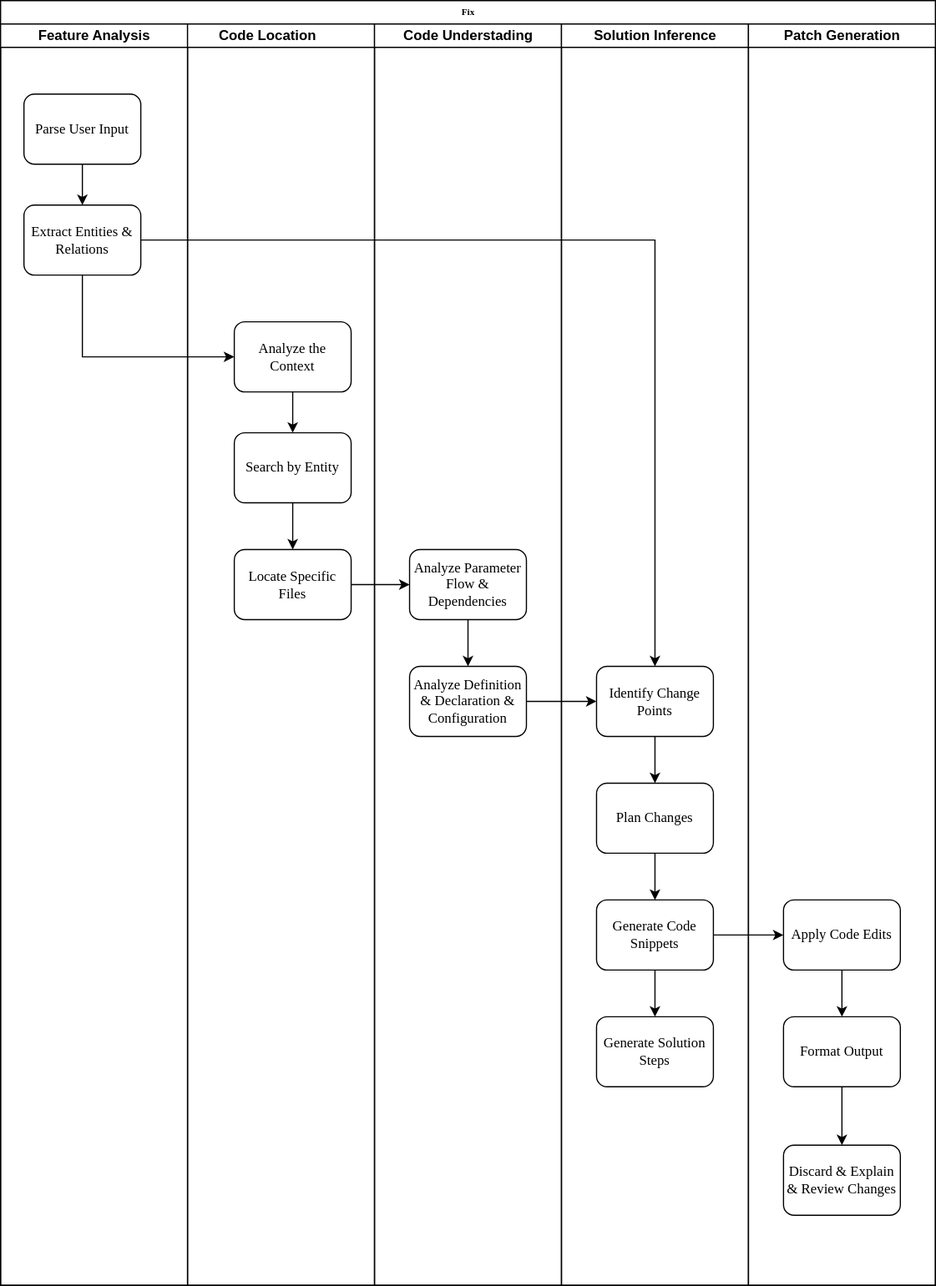
This is fix.svg from BullFrogDianDian/SoftEngineer, a draw.io export, as it was before one commit. Source tidied: cells renumbered, new cells last; positions are measured from the earlier drawing's top-left corner, leaving out a move shared by most shapes.
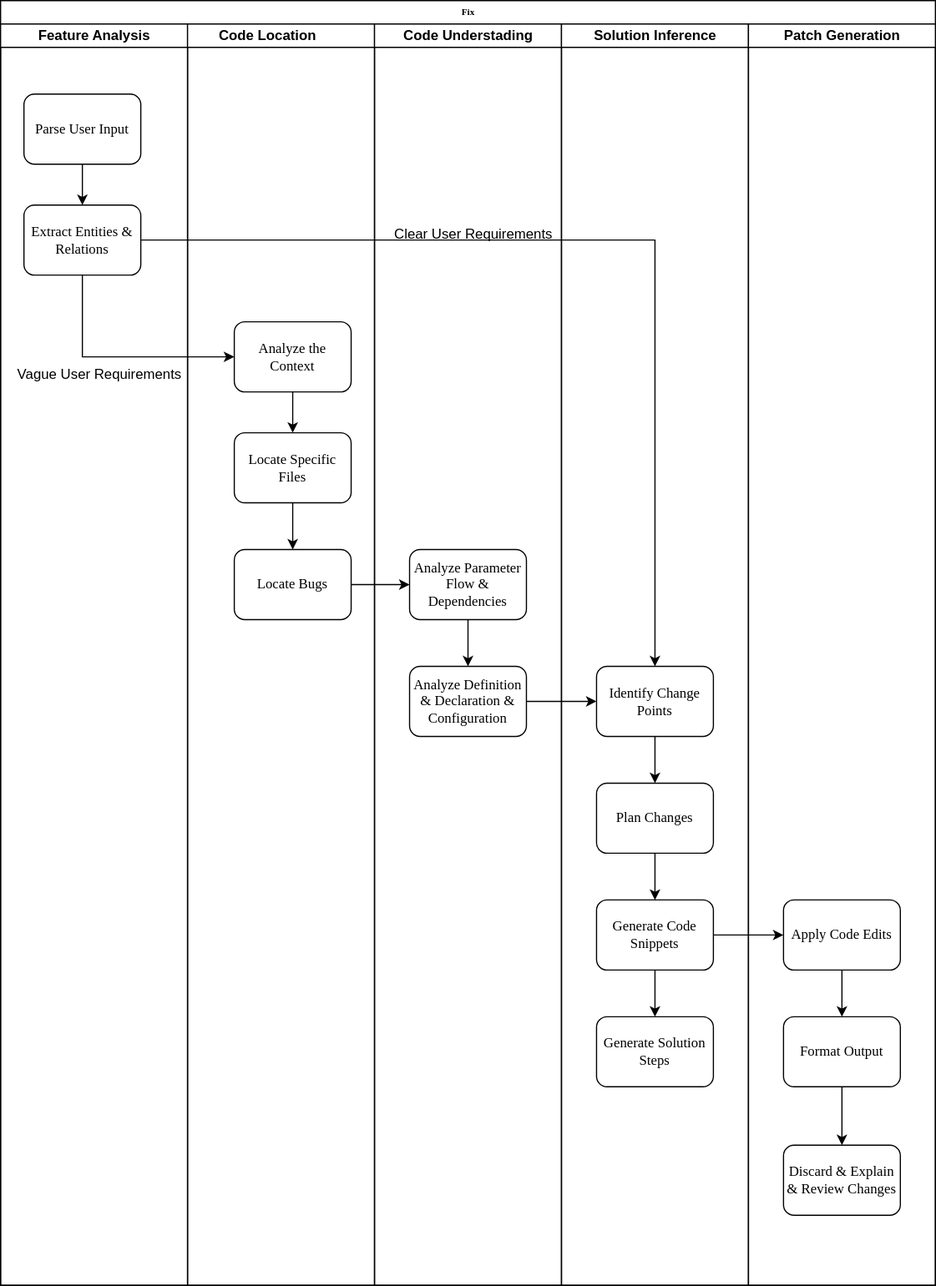
The same file after the commit.

Diff of the diagram source:
```diff
@@ -17,16 +17,19 @@
     <mxCell id="6" value="&lt;font style=&quot;font-size: 12px;&quot;&gt;Extract Entities &amp;amp; Relations&lt;/font&gt;" style="rounded=1;whiteSpace=wrap;html=1;shadow=0;labelBackgroundColor=none;strokeWidth=1;fontFamily=Verdana;fontSize=8;align=center;" parent="3" vertex="1">
       <mxGeometry x="20" y="155" width="100" height="60" as="geometry" />
     </mxCell>
+    <mxCell id="36" value="Vague User Requirements" style="text;html=1;align=center;verticalAlign=middle;whiteSpace=wrap;rounded=0;" parent="3" vertex="1">
+      <mxGeometry x="10" y="285" width="150" height="30" as="geometry" />
+    </mxCell>
     <mxCell id="7" value="Code Location&lt;span style=&quot;white-space: pre;&quot;&gt;&#9;&lt;/span&gt;" style="swimlane;html=1;startSize=20;" parent="2" vertex="1">
       <mxGeometry x="160" y="20" width="160" height="1080" as="geometry" />
     </mxCell>
     <mxCell id="8" style="edgeStyle=orthogonalEdgeStyle;rounded=0;jettySize=auto;html=1;" parent="7" edge="1" source="9" target="10">
       <mxGeometry relative="1" as="geometry" />
     </mxCell>
-    <mxCell id="9" value="&lt;font style=&quot;font-size: 12px;&quot;&gt;Search by Entity&lt;/font&gt;" style="rounded=1;whiteSpace=wrap;html=1;shadow=0;labelBackgroundColor=none;strokeWidth=1;fontFamily=Verdana;fontSize=8;align=center;" parent="7" vertex="1">
+    <mxCell id="9" value="&lt;font style=&quot;font-size: 12px;&quot;&gt;Locate Specific Files&lt;/font&gt;" style="rounded=1;whiteSpace=wrap;html=1;shadow=0;labelBackgroundColor=none;strokeWidth=1;fontFamily=Verdana;fontSize=8;align=center;" parent="7" vertex="1">
       <mxGeometry x="40" y="350" width="100" height="60" as="geometry" />
     </mxCell>
-    <mxCell id="10" value="&lt;font style=&quot;font-size: 12px;&quot;&gt;Locate Specific Files&lt;/font&gt;" style="rounded=1;whiteSpace=wrap;html=1;shadow=0;labelBackgroundColor=none;strokeWidth=1;fontFamily=Verdana;fontSize=8;align=center;" parent="7" vertex="1">
+    <mxCell id="10" value="&lt;font style=&quot;font-size: 12px;&quot;&gt;Locate Bugs&lt;/font&gt;" style="rounded=1;whiteSpace=wrap;html=1;shadow=0;labelBackgroundColor=none;strokeWidth=1;fontFamily=Verdana;fontSize=8;align=center;" parent="7" vertex="1">
       <mxGeometry x="40" y="450" width="100" height="60" as="geometry" />
     </mxCell>
     <mxCell id="11" style="edgeStyle=orthogonalEdgeStyle;rounded=0;jettySize=auto;html=1;" parent="7" edge="1" source="12" target="9">
@@ -47,6 +50,9 @@
     <mxCell id="16" value="&lt;font style=&quot;font-size: 12px;&quot;&gt;Analyze Definition &amp;amp; Declaration &amp;amp; Configuration&lt;/font&gt;" style="rounded=1;whiteSpace=wrap;html=1;shadow=0;labelBackgroundColor=none;strokeWidth=1;fontFamily=Verdana;fontSize=8;align=center;" parent="13" vertex="1">
       <mxGeometry x="30" y="550" width="100" height="60" as="geometry" />
     </mxCell>
+    <mxCell id="37" value="Clear User Requirements" style="text;html=1;align=center;verticalAlign=middle;whiteSpace=wrap;rounded=0;" parent="13" vertex="1">
+      <mxGeometry x="10" y="165" width="150" height="30" as="geometry" />
+    </mxCell>
     <mxCell id="17" value="Solution Inference" style="swimlane;html=1;startSize=20;" parent="2" vertex="1">
       <mxGeometry x="480" y="20" width="160" height="1080" as="geometry" />
     </mxCell>
@@ -98,7 +104,7 @@
     <mxCell id="33" style="edgeStyle=orthogonalEdgeStyle;rounded=0;jettySize=auto;html=1;" parent="2" edge="1" source="23" target="27">
       <mxGeometry relative="1" as="geometry" />
     </mxCell>
-    <mxCell id="34" style="endArrow=classic;html=1;rounded=0;exitX=1;exitY=0.5;exitDx=0;exitDy=0;entryX=0.5;entryY=0;entryDx=0;entryDy=0;" parent="2" edge="1" source="6" target="19">
+    <mxCell id="34" style="endArrow=classic;html=1;rounded=0;exitX=1;exitY=0.5;exitDx=0;exitDy=0;entryX=0.5;entryY=0;entryDx=0;entryDy=0;horizontal=0;" parent="2" edge="1" source="6" target="19">
       <mxGeometry relative="1" as="geometry">
         <Array as="points">
           <mxPoint x="560" y="205" />
```
